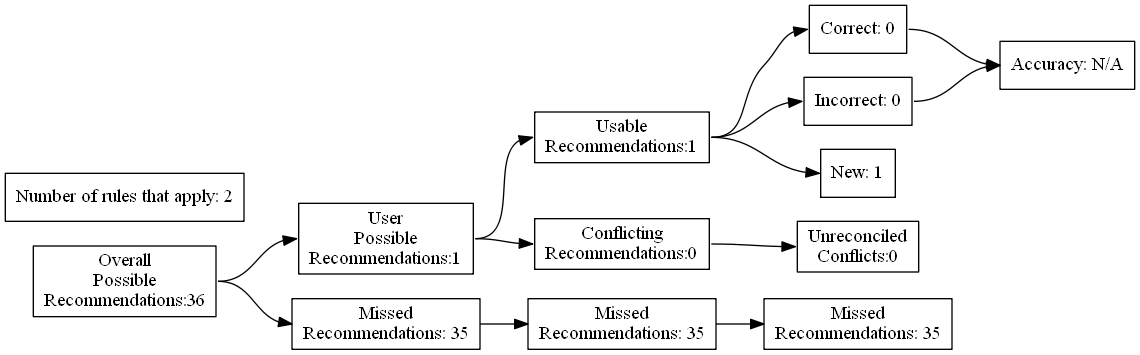
Before: test_renders/92.gv.png, a diagram exported from Graphviz (ZaxR/ibd_diet_analysis). Its source is kept beside it as test_renders/92.gv.
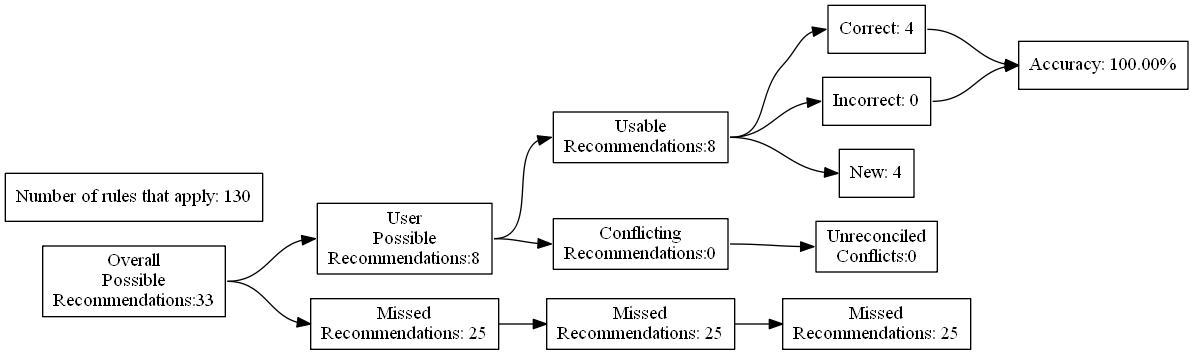
After the commit.

Diff of the diagram source:
```diff
@@ -4,27 +4,27 @@
 	edge [headport=w tailport=e]
 		A [label="Overall
 Possible
-Recommendations:36"]
+Recommendations:33"]
 		B [label="User
 Possible
-Recommendations:1"]
+Recommendations:8"]
 		C [label="Missed
-Recommendations: 35"]
+Recommendations: 25"]
 		D [label="Usable
-Recommendations:1"]
+Recommendations:8"]
 		E [label="Conflicting
 Recommendations:0"]
 		J [label="Missed
-Recommendations: 35"]
+Recommendations: 25"]
 		M [label="Unreconciled
 Conflicts:0"]
-		F [label="Correct: 0"]
+		F [label="Correct: 4"]
 		G [label="Incorrect: 0"]
-		H [label="New: 1"]
+		H [label="New: 4"]
 		K [label="Missed
-Recommendations: 35"]
-		I [label="Accuracy: N/A"]
-		l [label="Number of rules that apply: 2"]
+Recommendations: 25"]
+		I [label="Accuracy: 100.00%"]
+		l [label="Number of rules that apply: 130"]
 			A -> B
 			A -> C
 			B -> D
```
